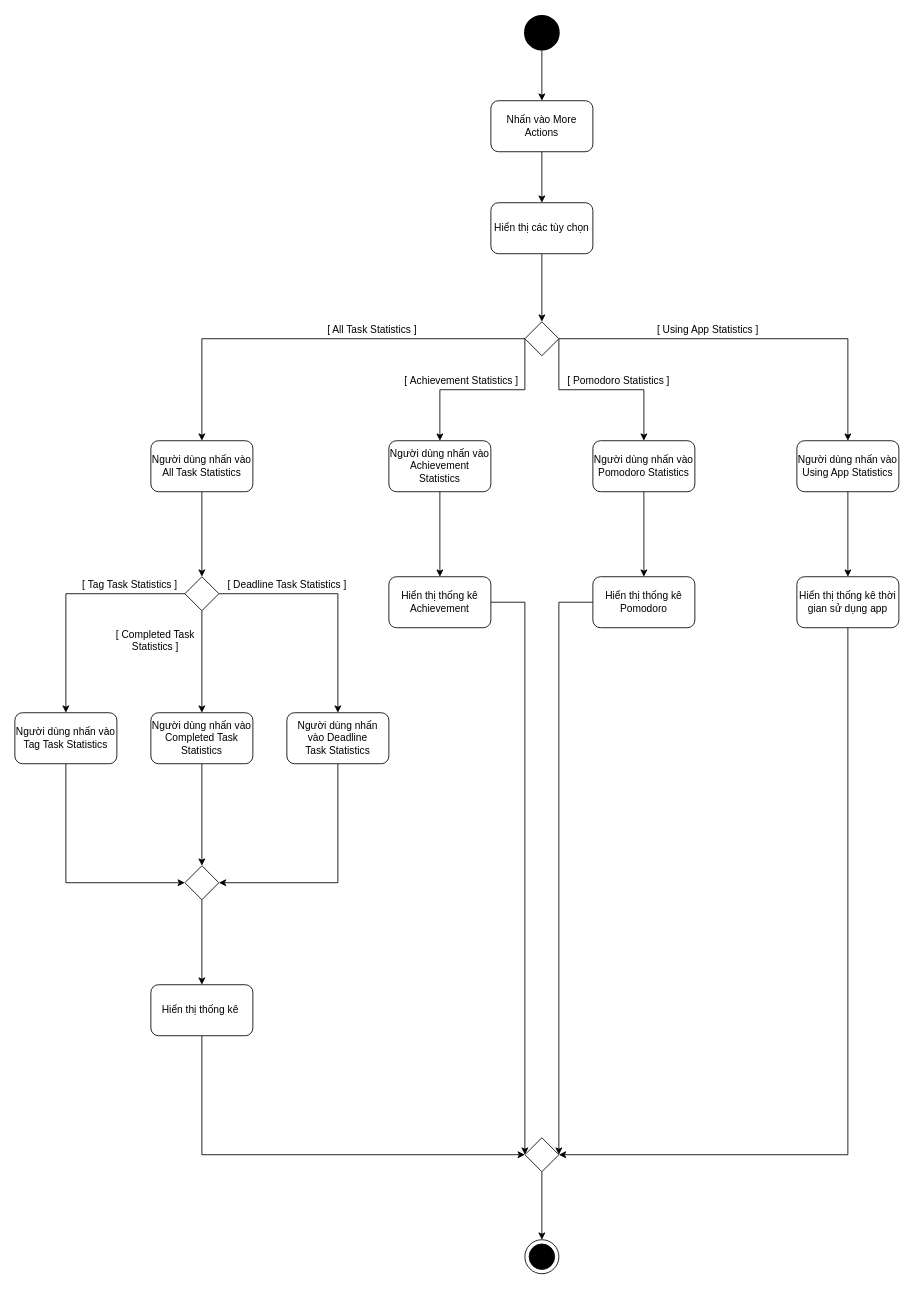
The draw.io diagram ToDoApp-Doc/Document/Diagram/Activity Diagram/Statistics/Statistics_ActivityDiagram.drawio in Merevoli-DatLuu/To-Do-App, before the edit. Source tidied: cells renumbered, new cells numbered last; positions are measured from the earlier drawing's top-left corner, leaving out a move shared by most shapes. Both pictures are drawn from the tidied source at 85%, with x=0, y=0 at pixel (14, 15).
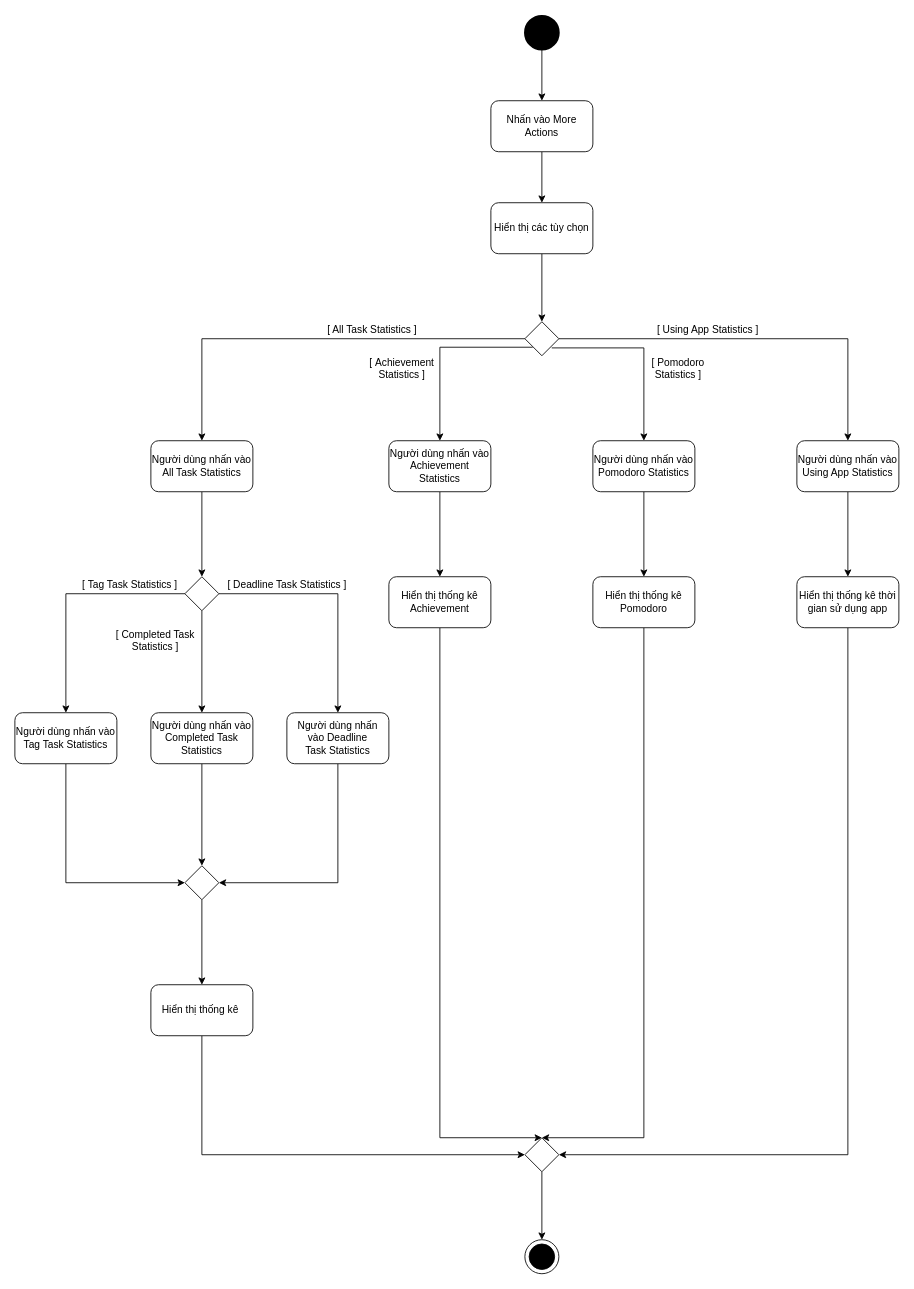
After the change.

Commit message:
[Modified] : Statistics_ActivityDiagram

Unchanged cells that the change refers to:
```xml
<mxCell id="6" value="Người dùng nhấn vào Achievement Statistics" style="rounded=1;whiteSpace=wrap;html=1;" parent="1" vertex="1">
  <mxGeometry x="440" y="500" width="120" height="60" as="geometry" />
</mxCell>
<mxCell id="17" value="Người dùng nhấn vào Pomodoro Statistics" style="rounded=1;whiteSpace=wrap;html=1;" parent="1" vertex="1">
  <mxGeometry x="680" y="500" width="120" height="60" as="geometry" />
</mxCell>
<mxCell id="21" value="Hiển thị thống kê Achievement" style="rounded=1;whiteSpace=wrap;html=1;" parent="1" vertex="1">
  <mxGeometry x="440" y="660" width="120" height="60" as="geometry" />
</mxCell>
<mxCell id="23" value="&lt;span&gt;Hiển thị thống kê Pomodoro&lt;/span&gt;" style="rounded=1;whiteSpace=wrap;html=1;" parent="1" vertex="1">
  <mxGeometry x="680" y="660" width="120" height="60" as="geometry" />
</mxCell>
<mxCell id="34" style="shape=rhombus;html=1;verticalLabelPosition=bottom;verticalAlignment=top;" parent="1" vertex="1">
  <mxGeometry x="600" y="360" width="40" height="40" as="geometry" />
</mxCell>
<mxCell id="44" style="shape=rhombus;html=1;verticalLabelPosition=bottom;verticalAlignment=top;" parent="1" vertex="1">
  <mxGeometry x="600" y="1320" width="40" height="40" as="geometry" />
</mxCell>
```

Change to the diagram source:
```diff
@@
-    <mxCell id="20" style="edgeStyle=orthogonalEdgeStyle;rounded=0;jettySize=auto;html=1;entryX=0;entryY=0.5;entryDx=0;entryDy=0;" parent="1" edge="1" source="21" target="44">
+    <mxCell id="20" style="edgeStyle=orthogonalEdgeStyle;rounded=0;jettySize=auto;html=1;entryX=0.5;entryY=0;entryDx=0;entryDy=0;" parent="1" edge="1" source="21" target="44">
       <mxGeometry relative="1" as="geometry">
         <Array as="points">
-          <mxPoint x="600" y="690" />
+          <mxPoint x="500" y="1320" />
         </Array>
       </mxGeometry>
     </mxCell>
@@
-    <mxCell id="22" style="edgeStyle=orthogonalEdgeStyle;rounded=0;jettySize=auto;html=1;entryX=1;entryY=0.5;entryDx=0;entryDy=0;" parent="1" edge="1" source="23" target="44">
+    <mxCell id="22" style="edgeStyle=orthogonalEdgeStyle;rounded=0;jettySize=auto;html=1;entryX=0.5;entryY=0;entryDx=0;entryDy=0;" parent="1" edge="1" source="23" target="44">
       <mxGeometry relative="1" as="geometry">
         <Array as="points">
-          <mxPoint x="640" y="690" />
+          <mxPoint x="740" y="1320" />
         </Array>
       </mxGeometry>
     </mxCell>
@@
-    <mxCell id="32" style="edgeStyle=orthogonalEdgeStyle;rounded=0;jettySize=auto;html=1;exitX=0;exitY=0.5;exitDx=0;exitDy=0;" parent="1" edge="1" source="34" target="6">
+    <mxCell id="32" style="edgeStyle=orthogonalEdgeStyle;rounded=0;jettySize=auto;html=1;entryX=0.5;entryY=0;entryDx=0;entryDy=0;exitX=0.23;exitY=0.75;exitDx=0;exitDy=0;exitPerimeter=0;" parent="1" edge="1" source="34" target="6">
       <mxGeometry relative="1" as="geometry">
         <Array as="points">
-          <mxPoint x="600" y="440" />
-          <mxPoint x="500" y="440" />
+          <mxPoint x="500" y="390" />
         </Array>
       </mxGeometry>
     </mxCell>
-    <mxCell id="33" style="edgeStyle=orthogonalEdgeStyle;rounded=0;jettySize=auto;html=1;entryX=0.5;entryY=0;entryDx=0;entryDy=0;exitX=1;exitY=0.5;exitDx=0;exitDy=0;" parent="1" edge="1" source="34" target="17">
+    <mxCell id="33" style="edgeStyle=orthogonalEdgeStyle;rounded=0;jettySize=auto;html=1;entryX=0.5;entryY=0;entryDx=0;entryDy=0;exitX=0.79;exitY=0.77;exitDx=0;exitDy=0;exitPerimeter=0;" parent="1" edge="1" source="34" target="17">
       <mxGeometry relative="1" as="geometry">
         <Array as="points">
-          <mxPoint x="640" y="440" />
-          <mxPoint x="740" y="440" />
+          <mxPoint x="740" y="391" />
         </Array>
       </mxGeometry>
     </mxCell>
@@
-    <mxCell id="47" value="[&amp;nbsp;&lt;span&gt;Achievement Statistics&amp;nbsp;&lt;/span&gt;]" style="text;html=1;align=center;verticalAlign=middle;" parent="1" vertex="1">
-      <mxGeometry x="450" y="420" width="150" height="20" as="geometry" />
+    <mxCell id="47" value="[&amp;nbsp;&lt;span&gt;Achievement&lt;br&gt;Statistics&amp;nbsp;&lt;/span&gt;]" style="text;html=1;align=center;verticalAlign=middle;" parent="1" vertex="1">
+      <mxGeometry x="410" y="400" width="90" height="30" as="geometry" />
     </mxCell>
-    <mxCell id="48" value="&lt;span&gt;[ Pomodoro Statistics ]&lt;/span&gt;" style="text;html=1;align=center;verticalAlign=middle;" parent="1" vertex="1">
-      <mxGeometry x="640" y="420" width="140" height="20" as="geometry" />
+    <mxCell id="48" value="&lt;span&gt;[ Pomodoro&lt;br&gt;Statistics ]&lt;/span&gt;" style="text;html=1;align=center;verticalAlign=middle;" parent="1" vertex="1">
+      <mxGeometry x="740" y="400" width="80" height="30" as="geometry" />
     </mxCell>
```
